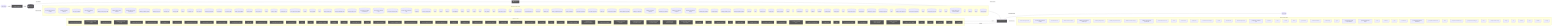
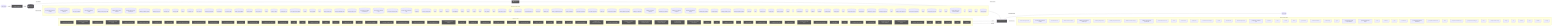
flowchart LR
  UserQ(["👤 User Query"])
  Embed["📐 Embedding Model"]
  VecDB[("📚 Vector Store")]
  Retriever["🔍 Retriever"]
  LLMNode["🧠 LLM / Generator"]
  Output(["✅ Response"])
  UserQ -->|query| Embed
  Embed -->|vector| VecDB
  VecDB -->|top-k chunks| Retriever
  Retriever -->|context + query| LLMNode
  LLMNode -->|generated answer| Output
  subgraph DetectedMemory["Detected memory stores"]
    det_detectedmemory_check_steering_feedback_contract_80134459[("check-steering-feedback-contract")]
    det_detectedmemory_normalize_workflow_contracts_8701f1c8[("normalize-workflow-contracts")]
    det_detectedmemory_sync_codex_preflight_7e7a8dc2[("sync-codex-preflight")]
    det_detectedmemory_test_harness_upgrade_matrix_84113c4e[("test-harness-upgrade-matrix")]
    det_detectedmemory_validate_prompt_context_drift_8c949ef6[("validate-prompt-context-drift")]
    det_detectedmemory_validate_runtime_packet_schemas_bc3ba8ec[("validate-runtime-packet-schemas")]
    det_detectedmemory_validate_system_prompt_gap_adoption_62d8c955[("validate-system-prompt-gap-adoption")]
    det_detectedmemory_validate_workflow_contracts_33dc063c[("validate-workflow-contracts")]
    det_detectedmemory_branch_protect_core_a8feb0fd[("branch-protect-core")]
    det_detectedmemory_ci_migrate_core_7005b5af[("ci-migrate-core")]
    det_detectedmemory_context_health_80bb7da9[("context-health")]
    det_detectedmemory_context_ea7792a2[("context")]
    det_detectedmemory_docs_gate_core_eb9b6c18[("docs-gate-core")]
    det_detectedmemory_index_context_de3ed39d[("index-context")]
    det_detectedmemory_local_memory_preflight_dcc36c42[("local-memory-preflight")]
    det_detectedmemory_memory_gate_a577a506[("memory-gate")]
    det_detectedmemory_next_runner_state_be6fe997[("next-runner-state")]
    det_detectedmemory_pattern_scope_siblings_43abe000[("pattern-scope-siblings")]
    det_detectedmemory_review_context_ca6cf81d[("review-context")]
    det_detectedmemory_review_gate_core_4c8001f9[("review-gate-core")]
    det_detectedmemory_search_24193290[("search")]
    det_detectedmemory_session_context_e5ec72c0[("session-context")]
    det_detectedmemory_tooling_audit_core_328d6a41[("tooling-audit-core")]
    det_detectedmemory_run_local_memory_preflight_36e92808[("run-local-memory-preflight")]
    det_detectedmemory_checker_d2d2328e[("checker")]
    det_detectedmemory_context_health_1_ceb11829[("context-health")]
    det_detectedmemory_types_2_d9bc6e7a[("types")]
    det_detectedmemory_branch_protect_sync_570adb18[("branch-protect-sync")]
    det_detectedmemory_command_capability_rules_ca3f496a[("command-capability-rules")]
    det_detectedmemory_command_specs_core_1c0ffc99[("command-specs-core")]
    det_detectedmemory_local_memory_preflight_command_spec_9e23f3ce[("local-memory-preflight-command-spec")]
    det_detectedmemory_memory_gate_command_spec_dc9001a9[("memory-gate-command-spec")]
    det_detectedmemory_review_gate_command_spec_3187376a[("review-gate-command-spec")]
    det_detectedmemory_session_context_command_spec_973afbb1[("session-context-command-spec")]
    det_detectedmemory_constants_7517017f[("constants")]
    det_detectedmemory_context_compact_policy_3dcaf95d[("context-compact-policy")]
    det_detectedmemory_index_3_7e40d474[("index")]
    det_detectedmemory_indexer_70fa78e5[("indexer")]
    det_detectedmemory_init_error_5c7dd49f[("init-error")]
    det_detectedmemory_lexical_fallback_723e2b3e[("lexical-fallback")]
    det_detectedmemory_ollama_76e3c7bf[("ollama")]
    det_detectedmemory_rollout_a4fa034c[("rollout")]
    det_detectedmemory_sources_878a52fc[("sources")]
    det_detectedmemory_store_824d80d7[("store")]
    det_detectedmemory_sync_contract_c79fa191[("sync-contract")]
    det_detectedmemory_types_8_f6283648[("types")]
    det_detectedmemory_harness_run_context_ac7c77a9[("harness-run-context")]
    det_detectedmemory_index_4_013aa0e3[("index")]
    det_detectedmemory_json_schema_core_96d7e328[("json-schema-core")]
    det_detectedmemory_policy_validators_core_714a3fe7[("policy-validators-core")]
    det_detectedmemory_types_core_e405ddca[("types-core")]
    det_detectedmemory_validator_core_4358f8ba[("validator-core")]
    det_detectedmemory_archive_candidates_scanner_d0931789[("archive-candidates-scanner")]
    det_detectedmemory_archive_candidates_dc0e40e1[("archive-candidates")]
    det_detectedmemory_docs_task_eval_contract_79347457[("docs-task-eval-contract")]
    det_detectedmemory_docs_task_eval_fixtures_44902755[("docs-task-eval-fixtures")]
    det_detectedmemory_init_modes_c05ceb07[("init-modes")]
    det_detectedmemory_project_brain_templates_7ef51530[("project-brain-templates")]
    det_detectedmemory_scaffold_diagram_templates_dd88e83c[("scaffold-diagram-templates")]
    det_detectedmemory_scaffold_doc_templates_f6152330[("scaffold-doc-templates")]
    det_detectedmemory_scaffold_environment_templates_c1ceba6a[("scaffold-environment-templates")]
    det_detectedmemory_scaffold_hook_templates_8c74ab50[("scaffold-hook-templates")]
    det_detectedmemory_scaffold_root_command_templates_404fed7f[("scaffold-root-command-templates")]
    det_detectedmemory_scaffold_script_template_registry_69312d4e[("scaffold-script-template-registry")]
    det_detectedmemory_scaffold_shell_templates_0ad0f915[("scaffold-shell-templates")]
    det_detectedmemory_scaffold_surfaces_12d6494e[("scaffold-surfaces")]
    det_detectedmemory_scaffold_template_registry_b1cce2aa[("scaffold-template-registry")]
    det_detectedmemory_scaffold_workflow_template_92310587[("scaffold-workflow-template")]
    det_detectedmemory_eval_seed_5699fd3e[("eval-seed")]
    det_detectedmemory_index_10_f6785a46[("index")]
    det_detectedmemory_review_context_1_e3afed15[("review-context")]
    det_detectedmemory_memory_gate_1_265164ac[("memory-gate")]
    det_detectedmemory_branch_enforcer_acb749cd[("branch-enforcer")]
    det_detectedmemory_cli_args_5_09ea29f0[("cli-args")]
    det_detectedmemory_cli_7_dc4a9f7f[("cli")]
    det_detectedmemory_metrics_tracker_98cec29c[("metrics-tracker")]
    det_detectedmemory_types_19_eb4ad5f0[("types")]
    det_detectedmemory_validator_5_b19ac2be[("validator")]
    det_detectedmemory_classifier_fe1991a9[("classifier")]
    det_detectedmemory_tooling_baseline_50ab2eeb[("tooling-baseline")]
    det_detectedmemory_claim_helpers_20dc8387[("claim-helpers")]
    det_detectedmemory_types_24_c63dc1a7[("types")]
    det_detectedmemory_local_memory_smoke_1175abfc[("local-memory-smoke")]
    det_detectedmemory_local_memory_0db17ecc[("local-memory")]
    det_detectedmemory_performance_overload_c685bfcf[("performance-overload")]
    det_detectedmemory_suggestion_generator_0956f794[("suggestion-generator")]
    det_detectedmemory_index_12_762ec91b[("index")]
    det_detectedmemory_prompt_context_drift_report_3257a95c[("prompt-context-drift-report")]
    det_detectedmemory_prompt_context_drift_types_ba6863d4[("prompt-context-drift-types")]
    det_detectedmemory_index_13_97df39c8[("index")]
    det_detectedmemory_prompt_context_receipt_17b862b2[("prompt-context-receipt")]
    det_detectedmemory_types_31_eb363e20[("types")]
    det_detectedmemory_policy_1_fc4198db[("policy")]
    det_detectedmemory_runtime_card_codex_runtime_validation_d8ce9934[("runtime-card-codex-runtime-validation")]
    det_detectedmemory_cli_12_01c06c37[("cli")]
    det_detectedmemory_collector_0736fd5b[("collector")]
    det_detectedmemory_types_34_85e6a0bb[("types")]
    det_detectedmemory_overload_guard_2748c559[("overload-guard")]
  end
  VecDB -. "implemented by" .-> DetectedMemory
  subgraph DetectedLLM["Detected LLM clients"]
    det_detectedllm_check_codex_agent_roles_5bb2e89b["check-codex-agent-roles"]
    det_detectedllm_check_steering_feedback_contract_80134459["check-steering-feedback-contract"]
    det_detectedllm_run_harness_evals_77704768["run-harness-evals"]
    det_detectedllm_validate_decision_request_2e5c325e["validate-decision-request"]
    det_detectedllm_validate_goal_completion_audit_receipt_100d252c["validate-goal-completion-audit-receipt"]
    det_detectedllm_validate_packaged_skill_5e32c890["validate-packaged-skill"]
    det_detectedllm_validate_prompt_context_drift_8c949ef6["validate-prompt-context-drift"]
    det_detectedllm_validate_reviewer_coverage_251efee3["validate-reviewer-coverage"]
    det_detectedllm_validate_system_prompt_gap_adoption_62d8c955["validate-system-prompt-gap-adoption"]
    det_detectedllm_check_environment_core_2c16213f["check-environment-core"]
    det_detectedllm_context_ea7792a2["context"]
    det_detectedllm_index_context_de3ed39d["index-context"]
    det_detectedllm_prompt_gate_c5e9d207["prompt-gate"]
    det_detectedllm_remediate_runner_helpers_929fedcc["remediate-runner-helpers"]
    det_detectedllm_search_24193290["search"]
    det_detectedllm_context_health_1_ceb11829["context-health"]
    det_detectedllm_command_specs_core_1c0ffc99["command-specs-core"]
    det_detectedllm_prompt_gate_command_spec_9a941482["prompt-gate-command-spec"]
    det_detectedllm_constants_7517017f["constants"]
    det_detectedllm_index_3_7e40d474["index"]
    det_detectedllm_indexer_70fa78e5["indexer"]
    det_detectedllm_ollama_76e3c7bf["ollama"]
    det_detectedllm_sync_contract_c79fa191["sync-contract"]
    det_detectedllm_north_star_validators_cfc926ce["north-star-validators"]
    det_detectedllm_hilt_boundary_9b36fb15["hilt-boundary"]
    det_detectedllm_types_10_75e5a4a0["types"]
    det_detectedllm_goal_completion_audit_receipt_validation_9d0f4891["goal-completion-audit-receipt-validation"]
    det_detectedllm_goal_completion_audit_receipt_5e4939c3["goal-completion-audit-receipt"]
    det_detectedllm_index_5_522f772a["index"]
    det_detectedllm_constants_1_a84e15f0["constants"]
    det_detectedllm_types_17_ed30531c["types"]
    det_detectedllm_sensitive_text_7c11f760["sensitive-text"]
    det_detectedllm_pr_template_linked_issue_relationship_a7b61f2c["pr-template-linked-issue-relationship"]
    det_detectedllm_pr_template_validator_rules_20a32d6b["pr-template-validator-rules"]
    det_detectedllm_index_12_762ec91b["index"]
    det_detectedllm_prompt_context_drift_report_3257a95c["prompt-context-drift-report"]
    det_detectedllm_prompt_context_drift_types_ba6863d4["prompt-context-drift-types"]
    det_detectedllm_index_13_97df39c8["index"]
    det_detectedllm_prompt_context_receipt_17b862b2["prompt-context-receipt"]
    det_detectedllm_cli_args_9_9c136878["cli-args"]
    det_detectedllm_cli_11_338a8415["cli"]
    det_detectedllm_sections_4697ef32["sections"]
    det_detectedllm_types_27_4d134744["types"]
    det_detectedllm_validator_7_f836eb0e["validator"]
    det_detectedllm_cli_args_10_861cdd3f["cli-args"]
  end
  LLMNode -. "implemented by" .-> DetectedLLM
  subgraph DetectedTools["Agentic tool calls"]
    det_detectedtools_check_codex_agent_roles_5bb2e89b["🔧 check-codex-agent-roles"]
    det_detectedtools_check_steering_feedback_contract_80134459["🔧 check-steering-feedback-contract"]
    det_detectedtools_run_harness_evals_77704768["🔧 run-harness-evals"]
    det_detectedtools_validate_action_review_receipt_fa2f06c3["🔧 validate-action-review-receipt"]
    det_detectedtools_validate_packaged_skill_5e32c890["🔧 validate-packaged-skill"]
    det_detectedtools_validate_replay_packet_f309747e["🔧 validate-replay-packet"]
    det_detectedtools_ci_migrate_core_7005b5af["🔧 ci-migrate-core"]
    det_detectedtools_doctor_checks_5a2eb2b9["🔧 doctor-checks"]
    det_detectedtools_doctor_github_tool_check_e0a938df["🔧 doctor-github-tool-check"]
    det_detectedtools_doctor_github_tool_checks_a53b0382["🔧 doctor-github-tool-checks"]
    det_detectedtools_doctor_tool_checks_4acac51a["🔧 doctor-tool-checks"]
    det_detectedtools_next_blocked_decisions_4140ad2b["🔧 next-blocked-decisions"]
    det_detectedtools_policy_gate_213f7313["🔧 policy-gate"]
    det_detectedtools_remediate_cli_output_cc165396["🔧 remediate-cli-output"]
    det_detectedtools_remediate_runner_helpers_929fedcc["🔧 remediate-runner-helpers"]
    det_detectedtools_review_gate_core_4c8001f9["🔧 review-gate-core"]
    det_detectedtools_index_1bc04b52["🔧 index"]
    det_detectedtools_types_1_4ecdf56e["🔧 types"]
    det_detectedtools_validation_constants_e002a0f6["🔧 validation-constants"]
    det_detectedtools_validation_98c41dcd["🔧 validation"]
    det_detectedtools_checker_d2d2328e["🔧 checker"]
    det_detectedtools_shared_state_policy_edc9c4db["🔧 shared-state-policy"]
    det_detectedtools_cli_args_1_6144b055["🔧 cli-args"]
    det_detectedtools_command_capabilities_a4d5c71e["🔧 command-capabilities"]
    det_detectedtools_command_capability_rules_ca3f496a["🔧 command-capability-rules"]
    det_detectedtools_linear_command_actions_e430f4f4["🔧 linear-command-actions"]
    det_detectedtools_linear_command_runner_4a740dfc["🔧 linear-command-runner"]
    det_detectedtools_policy_validators_core_714a3fe7["🔧 policy-validators-core"]
+     det_detectedtools_shared_state_action_validator_e7b128cd["🔧 shared-state-action-validator"]
    det_detectedtools_types_core_e405ddca["🔧 types-core"]
    det_detectedtools_validator_core_4358f8ba["🔧 validator-core"]
    det_detectedtools_validator_helpers_7b927667["🔧 validator-helpers"]
    det_detectedtools_he_phase_exit_core_1148895b["🔧 he-phase-exit-core"]
    det_detectedtools_ralph_runtime_73d63c0e["🔧 ralph-runtime"]
    det_detectedtools_observed_skill_usage_ed7d5930["🔧 observed-skill-usage"]
    det_detectedtools_closure_evidence_aaa31467["🔧 closure-evidence"]
    det_detectedtools_pr_creator_dc6b1ea4["🔧 pr-creator"]
    det_detectedtools_client_948fe603["🔧 client"]
    det_detectedtools_init_output_360dce91["🔧 init-output"]
    det_detectedtools_scaffold_ci_templates_2afd6392["🔧 scaffold-ci-templates"]
    det_detectedtools_scaffold_codex_environment_templates_334fbbed["🔧 scaffold-codex-environment-templates"]
    det_detectedtools_scaffold_config_templates_4b80ce53["🔧 scaffold-config-templates"]
    det_detectedtools_scaffold_environment_templates_c1ceba6a["🔧 scaffold-environment-templates"]
    det_detectedtools_scaffold_github_actions_pr_pipeline_renderer_1ee18de5["🔧 scaffold-github-actions-pr-pipeline-renderer"]
    det_detectedtools_scaffold_github_actions_pr_pipeline_template_e2b85f62["🔧 scaffold-github-actions-pr-pipeline-template"]
    det_detectedtools_scaffold_package_command_template_80e32e83["🔧 scaffold-package-command-template"]
    det_detectedtools_scaffold_release_private_npm_template_075499f8["🔧 scaffold-release-private-npm-template"]
    det_detectedtools_constants_1_a84e15f0["🔧 constants"]
    det_detectedtools_index_9_32dd4d91["🔧 index"]
    det_detectedtools_validation_common_6161e48b["🔧 validation-common"]
    det_detectedtools_cli_7_dc4a9f7f["🔧 cli"]
    det_detectedtools_metrics_tracker_98cec29c["🔧 metrics-tracker"]
    det_detectedtools_normalise_renderer_85f2e563["🔧 normalise-renderer"]
    det_detectedtools_evaluation_engine_core_e054fe49["🔧 evaluation-engine-core"]
    det_detectedtools_tooling_baseline_50ab2eeb["🔧 tooling-baseline"]
    det_detectedtools_prompt_context_drift_report_3257a95c["🔧 prompt-context-drift-report"]
    det_detectedtools_prompt_context_drift_types_ba6863d4["🔧 prompt-context-drift-types"]
    det_detectedtools_replay_packet_a1293f88["🔧 replay-packet"]
    det_detectedtools_index_14_d982116c["🔧 index"]
    det_detectedtools_review_lifecycle_contract_e5447221["🔧 review-lifecycle-contract"]
    det_detectedtools_review_lifecycle_89afa64c["🔧 review-lifecycle"]
    det_detectedtools_runtime_card_codex_runtime_validation_d8ce9934["🔧 runtime-card-codex-runtime-validation"]
    det_detectedtools_runtime_card_codex_runtime_0655e230["🔧 runtime-card-codex-runtime"]
    det_detectedtools_runtime_evidence_bundle_d471a232["🔧 runtime-evidence-bundle"]
    det_detectedtools_types_36_674380ec["🔧 types"]
    det_detectedtools_index_17_642943a2["🔧 index"]
    det_detectedtools_projection_1b250ea1["🔧 projection"]
    det_detectedtools_types_38_e8efcd57["🔧 types"]
    det_detectedtools_validation_7_c4e6d8b6["🔧 validation"]
  end
  LLMNode -->|tool use| DetectedTools
  DetectedTools -->|result| LLMNode
  classDef memNode fill:#555,color:#fff
  class VecDB,Retriever memNode
  classDef llmNode fill:#555,color:#fff
  class LLMNode,Embed llmNode
  classDef toolNode fill:#555,color:#fff
-   class det_detectedtools_check_codex_agent_roles_5bb2e89b,det_detectedtools_check_steering_feedback_contract_80134459,det_detectedtools_run_harness_evals_77704768,det_detectedtools_validate_action_review_receipt_fa2f06c3,det_detectedtools_validate_packaged_skill_5e32c890,det_detectedtools_validate_replay_packet_f309747e,det_detectedtools_ci_migrate_core_7005b5af,det_detectedtools_doctor_checks_5a2eb2b9,det_detectedtools_doctor_github_tool_check_e0a938df,det_detectedtools_doctor_github_tool_checks_a53b0382,det_detectedtools_doctor_tool_checks_4acac51a,det_detectedtools_next_blocked_decisions_4140ad2b,det_detectedtools_policy_gate_213f7313,det_detectedtools_remediate_cli_output_cc165396,det_detectedtools_remediate_runner_helpers_929fedcc,det_detectedtools_review_gate_core_4c8001f9,det_detectedtools_index_1bc04b52,det_detectedtools_types_1_4ecdf56e,det_detectedtools_validation_constants_e002a0f6,det_detectedtools_validation_98c41dcd,det_detectedtools_checker_d2d2328e,det_detectedtools_shared_state_policy_edc9c4db,det_detectedtools_cli_args_1_6144b055,det_detectedtools_command_capabilities_a4d5c71e,det_detectedtools_command_capability_rules_ca3f496a,det_detectedtools_linear_command_actions_e430f4f4,det_detectedtools_linear_command_runner_4a740dfc,det_detectedtools_policy_validators_core_714a3fe7,det_detectedtools_types_core_e405ddca,det_detectedtools_validator_core_4358f8ba,det_detectedtools_validator_helpers_7b927667,det_detectedtools_he_phase_exit_core_1148895b,det_detectedtools_ralph_runtime_73d63c0e,det_detectedtools_observed_skill_usage_ed7d5930,det_detectedtools_closure_evidence_aaa31467,det_detectedtools_pr_creator_dc6b1ea4,det_detectedtools_client_948fe603,det_detectedtools_init_output_360dce91,det_detectedtools_scaffold_ci_templates_2afd6392,det_detectedtools_scaffold_codex_environment_templates_334fbbed,det_detectedtools_scaffold_config_templates_4b80ce53,det_detectedtools_scaffold_environment_templates_c1ceba6a,det_detectedtools_scaffold_github_actions_pr_pipeline_renderer_1ee18de5,det_detectedtools_scaffold_github_actions_pr_pipeline_template_e2b85f62,det_detectedtools_scaffold_package_command_template_80e32e83,det_detectedtools_scaffold_release_private_npm_template_075499f8,det_detectedtools_constants_1_a84e15f0,det_detectedtools_index_9_32dd4d91,det_detectedtools_validation_common_6161e48b,det_detectedtools_cli_7_dc4a9f7f,det_detectedtools_metrics_tracker_98cec29c,det_detectedtools_normalise_renderer_85f2e563,det_detectedtools_evaluation_engine_core_e054fe49,det_detectedtools_tooling_baseline_50ab2eeb,det_detectedtools_prompt_context_drift_report_3257a95c,det_detectedtools_prompt_context_drift_types_ba6863d4,det_detectedtools_replay_packet_a1293f88,det_detectedtools_index_14_d982116c,det_detectedtools_review_lifecycle_contract_e5447221,det_detectedtools_review_lifecycle_89afa64c,det_detectedtools_runtime_card_codex_runtime_validation_d8ce9934,det_detectedtools_runtime_card_codex_runtime_0655e230,det_detectedtools_runtime_evidence_bundle_d471a232,det_detectedtools_types_36_674380ec,det_detectedtools_index_17_642943a2,det_detectedtools_projection_1b250ea1,det_detectedtools_types_38_e8efcd57,det_detectedtools_validation_7_c4e6d8b6 toolNode
+   class det_detectedtools_check_codex_agent_roles_5bb2e89b,det_detectedtools_check_steering_feedback_contract_80134459,det_detectedtools_run_harness_evals_77704768,det_detectedtools_validate_action_review_receipt_fa2f06c3,det_detectedtools_validate_packaged_skill_5e32c890,det_detectedtools_validate_replay_packet_f309747e,det_detectedtools_ci_migrate_core_7005b5af,det_detectedtools_doctor_checks_5a2eb2b9,det_detectedtools_doctor_github_tool_check_e0a938df,det_detectedtools_doctor_github_tool_checks_a53b0382,det_detectedtools_doctor_tool_checks_4acac51a,det_detectedtools_next_blocked_decisions_4140ad2b,det_detectedtools_policy_gate_213f7313,det_detectedtools_remediate_cli_output_cc165396,det_detectedtools_remediate_runner_helpers_929fedcc,det_detectedtools_review_gate_core_4c8001f9,det_detectedtools_index_1bc04b52,det_detectedtools_types_1_4ecdf56e,det_detectedtools_validation_constants_e002a0f6,det_detectedtools_validation_98c41dcd,det_detectedtools_checker_d2d2328e,det_detectedtools_shared_state_policy_edc9c4db,det_detectedtools_cli_args_1_6144b055,det_detectedtools_command_capabilities_a4d5c71e,det_detectedtools_command_capability_rules_ca3f496a,det_detectedtools_linear_command_actions_e430f4f4,det_detectedtools_linear_command_runner_4a740dfc,det_detectedtools_policy_validators_core_714a3fe7,det_detectedtools_shared_state_action_validator_e7b128cd,det_detectedtools_types_core_e405ddca,det_detectedtools_validator_core_4358f8ba,det_detectedtools_validator_helpers_7b927667,det_detectedtools_he_phase_exit_core_1148895b,det_detectedtools_ralph_runtime_73d63c0e,det_detectedtools_observed_skill_usage_ed7d5930,det_detectedtools_closure_evidence_aaa31467,det_detectedtools_pr_creator_dc6b1ea4,det_detectedtools_client_948fe603,det_detectedtools_init_output_360dce91,det_detectedtools_scaffold_ci_templates_2afd6392,det_detectedtools_scaffold_codex_environment_templates_334fbbed,det_detectedtools_scaffold_config_templates_4b80ce53,det_detectedtools_scaffold_environment_templates_c1ceba6a,det_detectedtools_scaffold_github_actions_pr_pipeline_renderer_1ee18de5,det_detectedtools_scaffold_github_actions_pr_pipeline_template_e2b85f62,det_detectedtools_scaffold_package_command_template_80e32e83,det_detectedtools_scaffold_release_private_npm_template_075499f8,det_detectedtools_constants_1_a84e15f0,det_detectedtools_index_9_32dd4d91,det_detectedtools_validation_common_6161e48b,det_detectedtools_cli_7_dc4a9f7f,det_detectedtools_metrics_tracker_98cec29c,det_detectedtools_normalise_renderer_85f2e563,det_detectedtools_evaluation_engine_core_e054fe49,det_detectedtools_tooling_baseline_50ab2eeb,det_detectedtools_prompt_context_drift_report_3257a95c,det_detectedtools_prompt_context_drift_types_ba6863d4,det_detectedtools_replay_packet_a1293f88,det_detectedtools_index_14_d982116c,det_detectedtools_review_lifecycle_contract_e5447221,det_detectedtools_review_lifecycle_89afa64c,det_detectedtools_runtime_card_codex_runtime_validation_d8ce9934,det_detectedtools_runtime_card_codex_runtime_0655e230,det_detectedtools_runtime_evidence_bundle_d471a232,det_detectedtools_types_36_674380ec,det_detectedtools_index_17_642943a2,det_detectedtools_projection_1b250ea1,det_detectedtools_types_38_e8efcd57,det_detectedtools_validation_7_c4e6d8b6 toolNode
